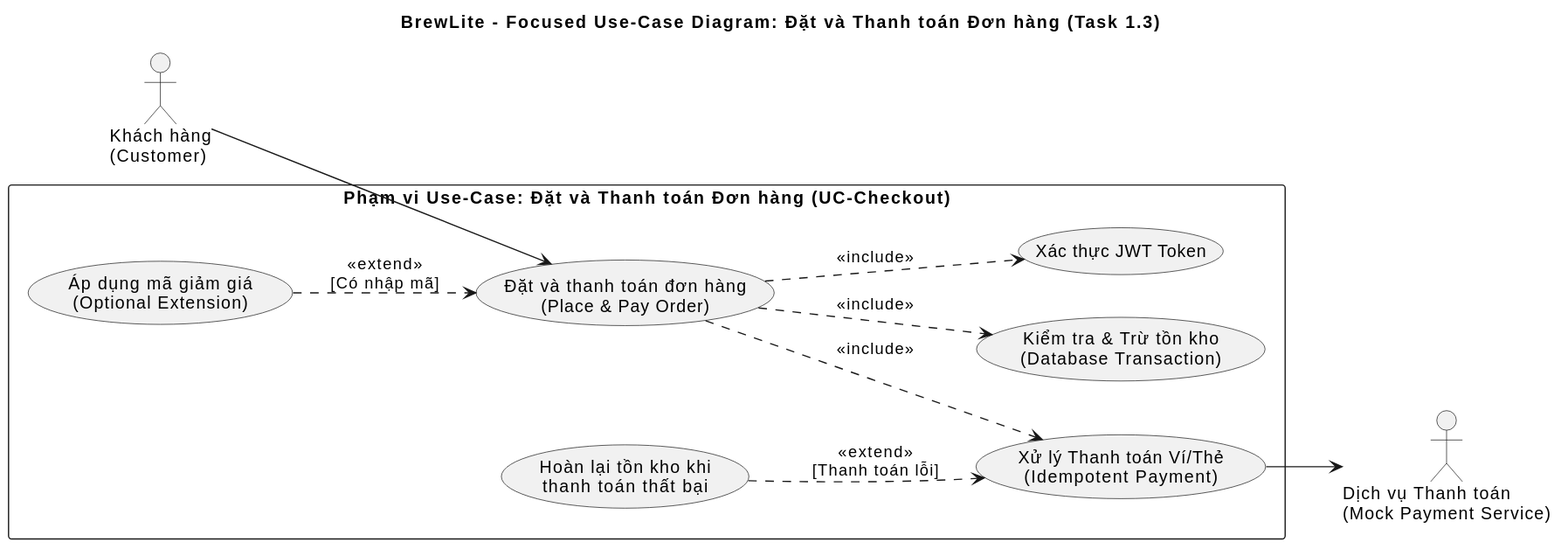
Before: docs/diagrams/usecase-checkout.svg, a diagram exported from PlantUML (BMT0306/A2_BrewLite). The source it was exported from:
```plantuml
@startuml
left to right direction
skinparam packageStyle rectangle
title BrewLite - Focused Use-Case Diagram: Đặt và Thanh toán Đơn hàng (Task 1.3)

actor "Khách hàng\n(Customer)" as Customer
actor "Dịch vụ Thanh toán\n(Mock Payment Service)" as PaySvc

rectangle "Phạm vi Use-Case: Đặt và Thanh toán Đơn hàng (UC-Checkout)" {
  usecase "Đặt và thanh toán đơn hàng\n(Place & Pay Order)" as UC_Main
  usecase "Xác thực JWT Token" as UC_Auth
  usecase "Kiểm tra & Trừ tồn kho\n(Database Transaction)" as UC_Stock
  usecase "Xử lý Thanh toán Ví/Thẻ\n(Idempotent Payment)" as UC_Pay
  usecase "Hoàn lại tồn kho khi\nthanh toán thất bại" as UC_Rollback
  usecase "Áp dụng mã giảm giá\n(Optional Extension)" as UC_Promo

  UC_Main ..> UC_Auth : <<include>>
  UC_Main ..> UC_Stock : <<include>>
  UC_Main ..> UC_Pay : <<include>>
  UC_Rollback ..> UC_Pay : <<extend>>\n[Thanh toán lỗi]
  UC_Promo ..> UC_Main : <<extend>>\n[Có nhập mã]
}

Customer --> UC_Main
UC_Pay --> PaySvc
@enduml
```
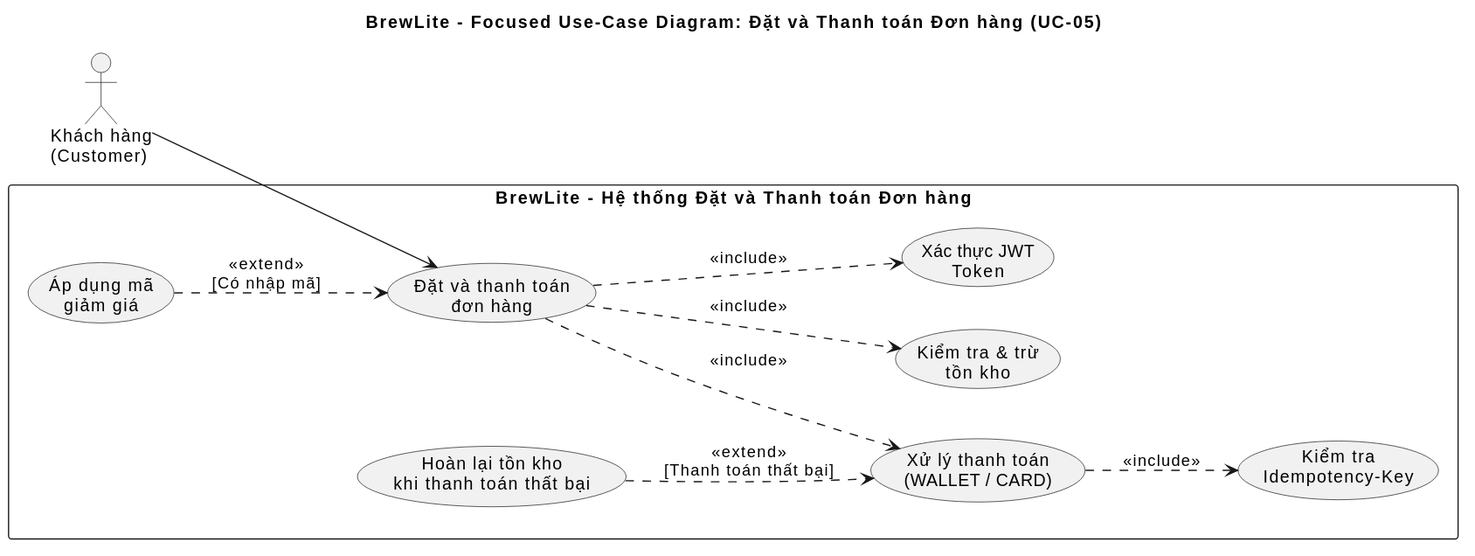
Later version of the same file.

Commit message:
docs(task-6): update checkout use-case SVG

Change to the diagram source:
```diff
@@ -1,26 +1,37 @@
 @startuml
 left to right direction
 skinparam packageStyle rectangle
-title BrewLite - Focused Use-Case Diagram: Đặt và Thanh toán Đơn hàng (Task 1.3)
+
+title BrewLite - Focused Use-Case Diagram: Đặt và Thanh toán Đơn hàng (UC-05)
 
 actor "Khách hàng\n(Customer)" as Customer
-actor "Dịch vụ Thanh toán\n(Mock Payment Service)" as PaySvc
 
-rectangle "Phạm vi Use-Case: Đặt và Thanh toán Đơn hàng (UC-Checkout)" {
-  usecase "Đặt và thanh toán đơn hàng\n(Place & Pay Order)" as UC_Main
-  usecase "Xác thực JWT Token" as UC_Auth
-  usecase "Kiểm tra & Trừ tồn kho\n(Database Transaction)" as UC_Stock
-  usecase "Xử lý Thanh toán Ví/Thẻ\n(Idempotent Payment)" as UC_Pay
-  usecase "Hoàn lại tồn kho khi\nthanh toán thất bại" as UC_Rollback
-  usecase "Áp dụng mã giảm giá\n(Optional Extension)" as UC_Promo
+rectangle "BrewLite - Hệ thống Đặt và Thanh toán Đơn hàng" {
+
+  usecase "Đặt và thanh toán\nđơn hàng" as UC_Main
+
+  usecase "Xác thực JWT\nToken" as UC_Auth
+
+  usecase "Kiểm tra & trừ\ntồn kho" as UC_Stock
+
+  usecase "Xử lý thanh toán\n(WALLET / CARD)" as UC_Pay
+
+  usecase "Kiểm tra\nIdempotency-Key" as UC_Idempotency
+
+  usecase "Hoàn lại tồn kho\nkhi thanh toán thất bại" as UC_Rollback
+
+  usecase "Áp dụng mã\ngiảm giá" as UC_Promo
 
   UC_Main ..> UC_Auth : <<include>>
   UC_Main ..> UC_Stock : <<include>>
   UC_Main ..> UC_Pay : <<include>>
-  UC_Rollback ..> UC_Pay : <<extend>>\n[Thanh toán lỗi]
+
+  UC_Pay ..> UC_Idempotency : <<include>>
+
+  UC_Rollback ..> UC_Pay : <<extend>>\n[Thanh toán thất bại]
+
   UC_Promo ..> UC_Main : <<extend>>\n[Có nhập mã]
 }
 
 Customer --> UC_Main
-UC_Pay --> PaySvc
 @enduml
```
